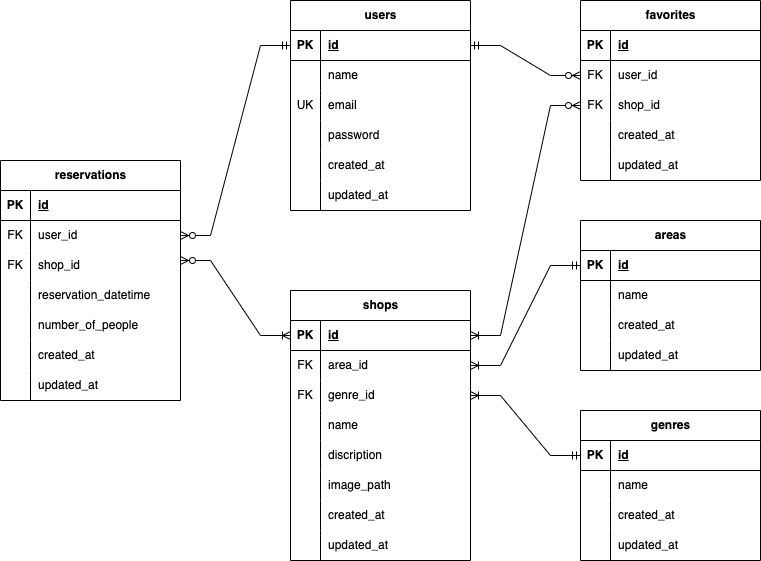
Earlier version of the draw.io export images/Rese.drawio.png (minako-1221/reservation-system). Source tidied: cells renumbered, new cells last; positions are measured from the earlier drawing's top-left corner, leaving out a move shared by most shapes.
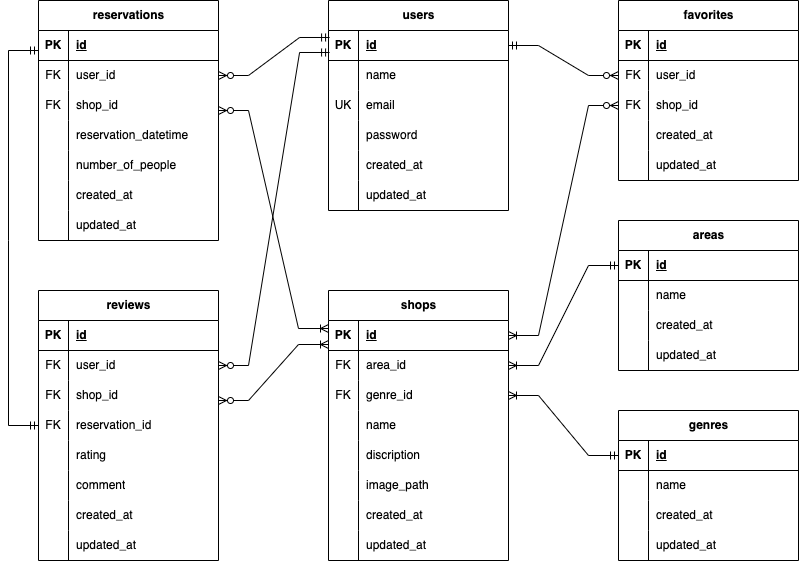
Later version of the same file.

What changed in the source:
```diff
@@ -4,12 +4,12 @@
     <mxCell id="1" parent="0" />
     <mxCell id="2" style="edgeStyle=none;curved=1;rounded=0;orthogonalLoop=1;jettySize=auto;html=1;entryX=0.5;entryY=1;entryDx=0;entryDy=0;fontSize=12;startSize=8;endSize=8;" parent="1" edge="1">
       <mxGeometry relative="1" as="geometry">
-        <mxPoint x="245" y="380" as="sourcePoint" />
-        <mxPoint x="245" y="380" as="targetPoint" />
+        <mxPoint x="205" y="380" as="sourcePoint" />
+        <mxPoint x="205" y="380" as="targetPoint" />
       </mxGeometry>
     </mxCell>
     <mxCell id="3" value="reservations" style="shape=table;startSize=30;rowLines=0;fontStyle=1;align=center;html=1;" parent="1" vertex="1">
-      <mxGeometry y="160" width="180" height="240" as="geometry" />
+      <mxGeometry width="180" height="240" as="geometry" />
     </mxCell>
     <mxCell id="4" style="shape=tableRow;horizontal=0;startSize=0;swimlaneHead=0;swimlaneBody=0;fillColor=none;top=0;left=0;right=0;bottom=1;" parent="3" vertex="1">
       <mxGeometry y="30" width="180" height="30" as="geometry" />
@@ -207,10 +207,10 @@
       <mxGeometry x="30" width="150" height="30" as="geometry" />
     </mxCell>
     <mxCell id="69" value="shop_id" style="shape=partialRectangle;fillColor=none;top=0;left=0;bottom=0;right=0;align=left;spacingLeft=6;overflow=hidden;whiteSpace=wrap;html=1;" parent="1" vertex="1">
-      <mxGeometry x="30" y="250" width="150" height="30" as="geometry" />
+      <mxGeometry x="30" y="90" width="150" height="30" as="geometry" />
     </mxCell>
     <mxCell id="70" value="FK" style="shape=partialRectangle;fillColor=none;top=0;left=0;bottom=0;right=0;overflow=hidden;whiteSpace=wrap;html=1;" parent="1" vertex="1">
-      <mxGeometry y="250" width="30" height="30" as="geometry" />
+      <mxGeometry y="90" width="30" height="30" as="geometry" />
     </mxCell>
     <mxCell id="71" value="FK" style="shape=partialRectangle;fillColor=none;top=0;left=0;bottom=0;right=0;overflow=hidden;whiteSpace=wrap;html=1;" parent="1" vertex="1">
       <mxGeometry x="290" y="380" width="30" height="30" as="geometry" />
@@ -344,12 +344,12 @@
     <mxCell id="114" style="fontSize=12;html=1;endArrow=ERzeroToMany;startArrow=ERmandOne;rounded=0;entryX=0;entryY=0.5;entryDx=0;entryDy=0;exitX=1;exitY=0.5;exitDx=0;exitDy=0;edgeStyle=entityRelationEdgeStyle;" parent="1" edge="1" source="26" target="89">
       <mxGeometry relative="1" as="geometry" />
     </mxCell>
-    <mxCell id="115" style="edgeStyle=entityRelationEdgeStyle;fontSize=12;html=1;endArrow=ERoneToMany;startArrow=ERzeroToMany;rounded=0;entryX=0;entryY=0.5;entryDx=0;entryDy=0;" parent="1" edge="1" target="45">
+    <mxCell id="115" style="edgeStyle=entityRelationEdgeStyle;fontSize=12;html=1;endArrow=ERoneToMany;startArrow=ERzeroToMany;rounded=0;entryX=0;entryY=0.267;entryDx=0;entryDy=0;entryPerimeter=0;" parent="1" edge="1" target="45">
       <mxGeometry relative="1" as="geometry">
-        <mxPoint x="180" y="260" as="sourcePoint" />
+        <mxPoint x="180" y="110" as="sourcePoint" />
       </mxGeometry>
     </mxCell>
-    <mxCell id="116" style="edgeStyle=entityRelationEdgeStyle;fontSize=12;html=1;endArrow=ERzeroToMany;startArrow=ERmandOne;rounded=0;exitX=0;exitY=0.5;exitDx=0;exitDy=0;entryX=1;entryY=0.5;entryDx=0;entryDy=0;" parent="1" edge="1" source="26" target="7">
+    <mxCell id="116" style="edgeStyle=entityRelationEdgeStyle;fontSize=12;html=1;endArrow=ERzeroToMany;startArrow=ERmandOne;rounded=0;exitX=0.006;exitY=0.233;exitDx=0;exitDy=0;entryX=1;entryY=0.5;entryDx=0;entryDy=0;exitPerimeter=0;" parent="1" edge="1" source="26" target="7">
       <mxGeometry relative="1" as="geometry" />
     </mxCell>
     <mxCell id="117" style="edgeStyle=entityRelationEdgeStyle;fontSize=12;html=1;endArrow=ERoneToMany;startArrow=ERzeroToMany;rounded=0;exitX=0;exitY=0.5;exitDx=0;exitDy=0;entryX=1;entryY=0.5;entryDx=0;entryDy=0;" parent="1" edge="1" source="92" target="45">
@@ -361,5 +361,104 @@
     <mxCell id="119" style="edgeStyle=entityRelationEdgeStyle;fontSize=12;html=1;endArrow=ERoneToMany;startArrow=ERmandOne;rounded=0;exitX=0;exitY=0.5;exitDx=0;exitDy=0;entryX=1;entryY=0.5;entryDx=0;entryDy=0;" parent="1" edge="1" source="102" target="51">
       <mxGeometry relative="1" as="geometry" />
     </mxCell>
+    <mxCell id="120" value="FK" style="shape=partialRectangle;fillColor=none;top=0;left=0;bottom=0;right=0;overflow=hidden;whiteSpace=wrap;html=1;" parent="1" vertex="1">
+      <mxGeometry y="380" width="30" height="30" as="geometry" />
+    </mxCell>
+    <mxCell id="121" value="FK" style="shape=partialRectangle;fillColor=none;top=0;left=0;bottom=0;right=0;overflow=hidden;whiteSpace=wrap;html=1;" parent="1" vertex="1">
+      <mxGeometry y="410" width="30" height="30" as="geometry" />
+    </mxCell>
+    <mxCell id="122" style="fontSize=12;html=1;endArrow=ERzeroToMany;startArrow=ERmandOne;rounded=0;entryX=1;entryY=0.5;entryDx=0;entryDy=0;edgeStyle=entityRelationEdgeStyle;exitX=0.006;exitY=0.733;exitDx=0;exitDy=0;exitPerimeter=0;" parent="1" edge="1" source="26" target="127">
+      <mxGeometry relative="1" as="geometry" />
+    </mxCell>
+    <mxCell id="123" value="reviews" style="shape=table;startSize=30;rowLines=0;fontStyle=1;align=center;html=1;" parent="1" vertex="1">
+      <mxGeometry y="290" width="180" height="270" as="geometry" />
+    </mxCell>
+    <mxCell id="124" style="shape=tableRow;horizontal=0;startSize=0;swimlaneHead=0;swimlaneBody=0;fillColor=none;top=0;left=0;right=0;bottom=1;" parent="123" vertex="1">
+      <mxGeometry y="30" width="180" height="30" as="geometry" />
+    </mxCell>
+    <mxCell id="125" value="PK" style="shape=partialRectangle;fillColor=none;top=0;left=0;bottom=0;right=0;fontStyle=1;overflow=hidden;whiteSpace=wrap;html=1;" parent="124" vertex="1">
+      <mxGeometry width="30" height="30" as="geometry" />
+    </mxCell>
+    <mxCell id="126" value="id" style="shape=partialRectangle;fillColor=none;top=0;left=0;bottom=0;right=0;align=left;spacingLeft=6;fontStyle=5;overflow=hidden;whiteSpace=wrap;html=1;" parent="124" vertex="1">
+      <mxGeometry x="30" width="150" height="30" as="geometry" />
+    </mxCell>
+    <mxCell id="127" style="shape=tableRow;horizontal=0;startSize=0;swimlaneHead=0;swimlaneBody=0;fillColor=none;points=[[0,0.5],[1,0.5]];portConstraint=eastwest;top=0;left=0;right=0;bottom=0;" parent="123" vertex="1">
+      <mxGeometry y="60" width="180" height="30" as="geometry" />
+    </mxCell>
+    <mxCell id="128" value="FK" style="shape=partialRectangle;fillColor=none;top=0;left=0;bottom=0;right=0;overflow=hidden;whiteSpace=wrap;html=1;" parent="127" vertex="1">
+      <mxGeometry width="30" height="30" as="geometry" />
+    </mxCell>
+    <mxCell id="129" value="user_id" style="shape=partialRectangle;fillColor=none;top=0;left=0;bottom=0;right=0;align=left;spacingLeft=6;overflow=hidden;whiteSpace=wrap;html=1;" parent="127" vertex="1">
+      <mxGeometry x="30" width="150" height="30" as="geometry" />
+    </mxCell>
+    <mxCell id="130" style="shape=tableRow;horizontal=0;startSize=0;swimlaneHead=0;swimlaneBody=0;fillColor=none;top=0;left=0;right=0;bottom=0;" parent="123" vertex="1">
+      <mxGeometry y="90" width="180" height="30" as="geometry" />
+    </mxCell>
+    <mxCell id="131" style="shape=partialRectangle;fillColor=none;top=0;left=0;bottom=0;right=0;overflow=hidden;whiteSpace=wrap;html=1;" parent="130" vertex="1">
+      <mxGeometry width="30" height="30" as="geometry" />
+    </mxCell>
+    <mxCell id="132" value="shop_id" style="shape=partialRectangle;fillColor=none;top=0;left=0;bottom=0;right=0;align=left;spacingLeft=6;overflow=hidden;whiteSpace=wrap;html=1;" parent="130" vertex="1">
+      <mxGeometry x="30" width="150" height="30" as="geometry" />
+    </mxCell>
+    <mxCell id="133" style="shape=tableRow;horizontal=0;startSize=0;swimlaneHead=0;swimlaneBody=0;fillColor=none;points=[[0,0.5],[1,0.5]];portConstraint=eastwest;top=0;left=0;right=0;bottom=0;" parent="123" vertex="1">
+      <mxGeometry y="120" width="180" height="30" as="geometry" />
+    </mxCell>
+    <mxCell id="134" style="shape=partialRectangle;fillColor=none;top=0;left=0;bottom=0;right=0;overflow=hidden;whiteSpace=wrap;html=1;" parent="133" vertex="1">
+      <mxGeometry width="30" height="30" as="geometry" />
+    </mxCell>
+    <mxCell id="135" value="reservation_id" style="shape=partialRectangle;fillColor=none;top=0;left=0;bottom=0;right=0;align=left;spacingLeft=6;overflow=hidden;whiteSpace=wrap;html=1;" parent="133" vertex="1">
+      <mxGeometry x="30" width="150" height="30" as="geometry" />
+    </mxCell>
+    <mxCell id="136" style="shape=tableRow;horizontal=0;startSize=0;swimlaneHead=0;swimlaneBody=0;fillColor=none;top=0;left=0;right=0;bottom=0;" parent="123" vertex="1">
+      <mxGeometry y="150" width="180" height="30" as="geometry" />
+    </mxCell>
+    <mxCell id="137" style="shape=partialRectangle;fillColor=none;top=0;left=0;bottom=0;right=0;overflow=hidden;whiteSpace=wrap;html=1;" parent="136" vertex="1">
+      <mxGeometry width="30" height="30" as="geometry" />
+    </mxCell>
+    <mxCell id="138" value="rating" style="shape=partialRectangle;fillColor=none;top=0;left=0;bottom=0;right=0;align=left;spacingLeft=6;overflow=hidden;whiteSpace=wrap;html=1;" parent="136" vertex="1">
+      <mxGeometry x="30" width="150" height="30" as="geometry" />
+    </mxCell>
+    <mxCell id="139" style="shape=tableRow;horizontal=0;startSize=0;swimlaneHead=0;swimlaneBody=0;fillColor=none;top=0;left=0;right=0;bottom=0;" parent="123" vertex="1">
+      <mxGeometry y="180" width="180" height="30" as="geometry" />
+    </mxCell>
+    <mxCell id="140" style="shape=partialRectangle;fillColor=none;top=0;left=0;bottom=0;right=0;overflow=hidden;whiteSpace=wrap;html=1;" parent="139" vertex="1">
+      <mxGeometry width="30" height="30" as="geometry" />
+    </mxCell>
+    <mxCell id="141" value="comment" style="shape=partialRectangle;fillColor=none;top=0;left=0;bottom=0;right=0;align=left;spacingLeft=6;overflow=hidden;whiteSpace=wrap;html=1;" parent="139" vertex="1">
+      <mxGeometry x="30" width="150" height="30" as="geometry" />
+    </mxCell>
+    <mxCell id="142" style="shape=tableRow;horizontal=0;startSize=0;swimlaneHead=0;swimlaneBody=0;fillColor=none;top=0;left=0;right=0;bottom=0;" parent="123" vertex="1">
+      <mxGeometry y="210" width="180" height="30" as="geometry" />
+    </mxCell>
+    <mxCell id="143" style="shape=partialRectangle;fillColor=none;top=0;left=0;bottom=0;right=0;overflow=hidden;whiteSpace=wrap;html=1;" parent="142" vertex="1">
+      <mxGeometry width="30" height="30" as="geometry" />
+    </mxCell>
+    <mxCell id="144" value="created_at" style="shape=partialRectangle;fillColor=none;top=0;left=0;bottom=0;right=0;align=left;spacingLeft=6;overflow=hidden;whiteSpace=wrap;html=1;" parent="142" vertex="1">
+      <mxGeometry x="30" width="150" height="30" as="geometry" />
+    </mxCell>
+    <mxCell id="145" style="shape=tableRow;horizontal=0;startSize=0;swimlaneHead=0;swimlaneBody=0;fillColor=none;top=0;left=0;right=0;bottom=0;" parent="123" vertex="1">
+      <mxGeometry y="240" width="180" height="30" as="geometry" />
+    </mxCell>
+    <mxCell id="146" style="shape=partialRectangle;fillColor=none;top=0;left=0;bottom=0;right=0;overflow=hidden;whiteSpace=wrap;html=1;" parent="145" vertex="1">
+      <mxGeometry width="30" height="30" as="geometry" />
+    </mxCell>
+    <mxCell id="147" value="updated_at" style="shape=partialRectangle;fillColor=none;top=0;left=0;bottom=0;right=0;align=left;spacingLeft=6;overflow=hidden;whiteSpace=wrap;html=1;" parent="145" vertex="1">
+      <mxGeometry x="30" width="150" height="30" as="geometry" />
+    </mxCell>
+    <mxCell id="148" style="edgeStyle=entityRelationEdgeStyle;fontSize=12;html=1;endArrow=ERoneToMany;startArrow=ERzeroToMany;rounded=0;entryX=0;entryY=0.8;entryDx=0;entryDy=0;entryPerimeter=0;" parent="1" edge="1" target="45">
+      <mxGeometry relative="1" as="geometry">
+        <mxPoint x="180" y="400" as="sourcePoint" />
+      </mxGeometry>
+    </mxCell>
+    <mxCell id="149" style="fontSize=12;html=1;endArrow=ERmandOne;startArrow=ERmandOne;rounded=0;exitX=0;exitY=0.5;exitDx=0;exitDy=0;" parent="1" edge="1" source="133">
+      <mxGeometry relative="1" as="geometry">
+        <mxPoint y="50" as="targetPoint" />
+        <Array as="points">
+          <mxPoint x="-30" y="425" />
+          <mxPoint x="-30" y="240" />
+          <mxPoint x="-30" y="50" />
+        </Array>
+      </mxGeometry>
+    </mxCell>
   </root>
 </mxGraphModel>
```
